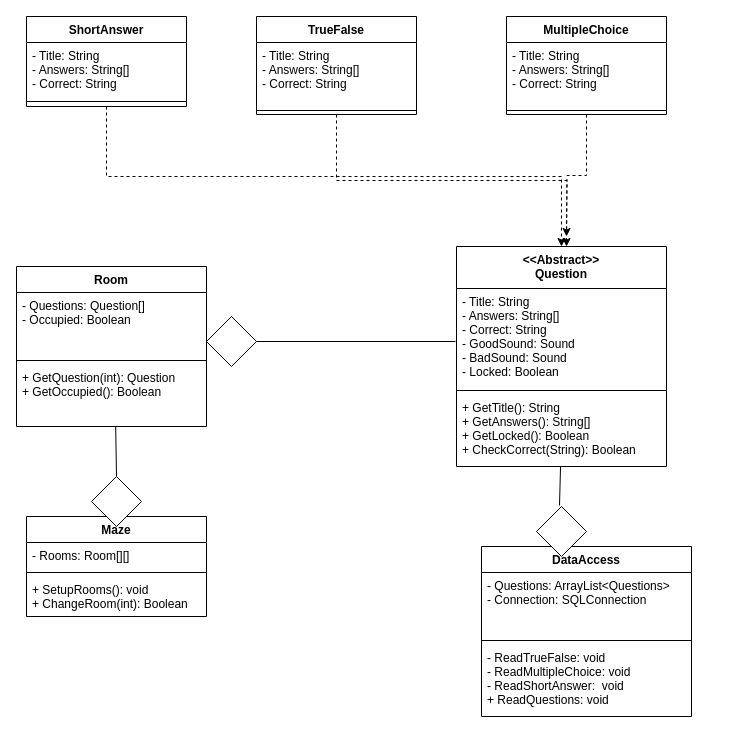
This is UMLdraft1.drawio from StevenZuelke/SoftDev350, a draw.io file, before an edit. Source tidied: cells renumbered, new cells numbered last; positions are measured from the earlier drawing's top-left corner, leaving out a move shared by most shapes. Both pictures are drawn from the tidied source at 100%, with x=0, y=0 at pixel (16, 16).
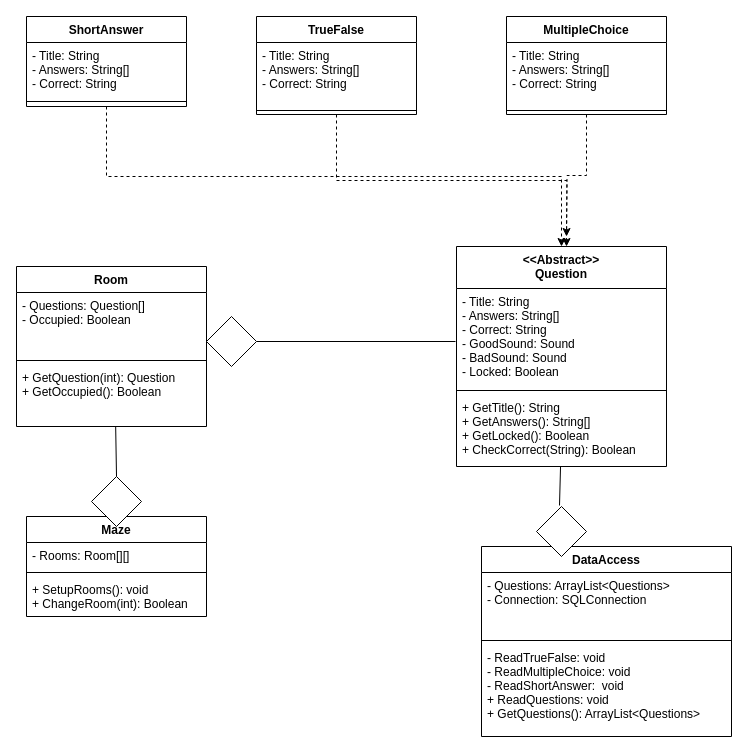
Above is the later version.

Commit message (it also covers changes not shown here):
Added SRS Document Updated UML

The edit, as a diff of the source:
```diff
@@
     <mxCell id="30" value="DataAccess" style="swimlane;fontStyle=1;align=center;verticalAlign=top;horizontal=1;startSize=26;" parent="1" vertex="1">
-      <mxGeometry x="465" y="530" width="210" height="170" as="geometry" />
+      <mxGeometry x="465" y="530" width="250" height="190" as="geometry" />
     </mxCell>
     <mxCell id="31" value="- Questions: ArrayList&lt;Questions&gt;&#10;- Connection: SQLConnection&#10;" style="text;strokeColor=none;fillColor=none;align=left;verticalAlign=top;spacingLeft=4;spacingRight=4;overflow=hidden;" parent="30" vertex="1">
-      <mxGeometry y="26" width="210" height="64" as="geometry" />
+      <mxGeometry y="26" width="250" height="64" as="geometry" />
     </mxCell>
     <mxCell id="32" style="line;strokeWidth=1;fillColor=none;align=left;verticalAlign=middle;spacingTop=-1;spacingLeft=3;spacingRight=3;labelPosition=right;" parent="30" vertex="1">
-      <mxGeometry y="90" width="210" height="8" as="geometry" />
+      <mxGeometry y="90" width="250" height="8" as="geometry" />
     </mxCell>
-    <mxCell id="33" value="- ReadTrueFalse: void&#10;- ReadMultipleChoice: void&#10;- ReadShortAnswer:  void&#10;+ ReadQuestions: void" style="text;strokeColor=none;fillColor=none;align=left;verticalAlign=top;spacingLeft=4;spacingRight=4;overflow=hidden;" parent="30" vertex="1">
-      <mxGeometry y="98" width="210" height="72" as="geometry" />
+    <mxCell id="33" value="- ReadTrueFalse: void&#10;- ReadMultipleChoice: void&#10;- ReadShortAnswer:  void&#10;+ ReadQuestions: void&#10;+ GetQuestions(): ArrayList&lt;Questions&gt;" style="text;strokeColor=none;fillColor=none;align=left;verticalAlign=top;spacingLeft=4;spacingRight=4;overflow=hidden;" parent="30" vertex="1">
+      <mxGeometry y="98" width="250" height="92" as="geometry" />
     </mxCell>
```
